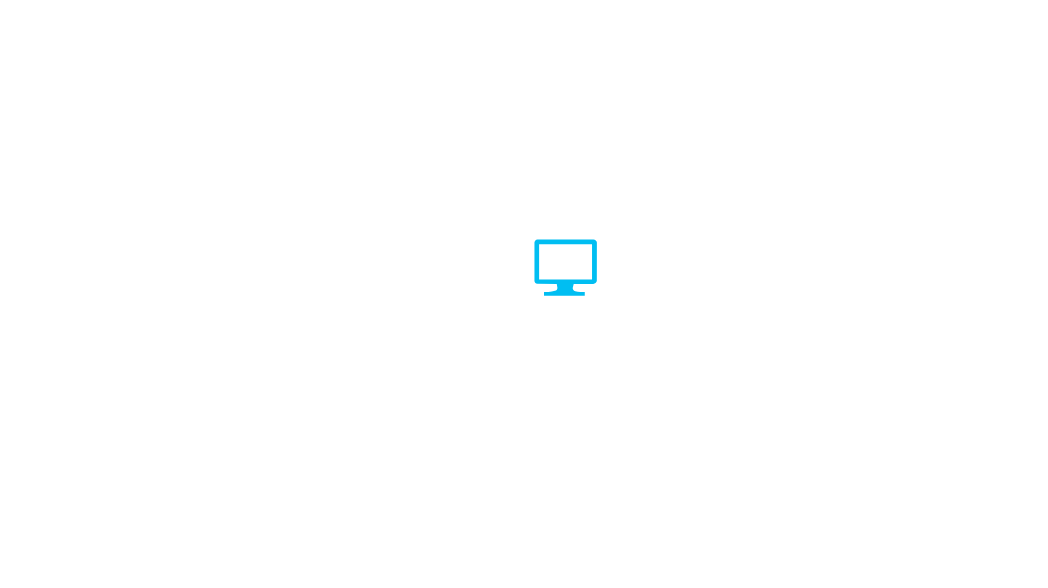
Earlier version of the draw.io diagram Azure-Cloud-Network.drawio (nnarboleda/Cloud-Security). Source tidied: cells renumbered, new cells numbered last; positions are measured from the earlier drawing's top-left corner, leaving out a move shared by most shapes. Both pictures are drawn from the tidied source at 125%, with x=0, y=0 at pixel (534, 239).
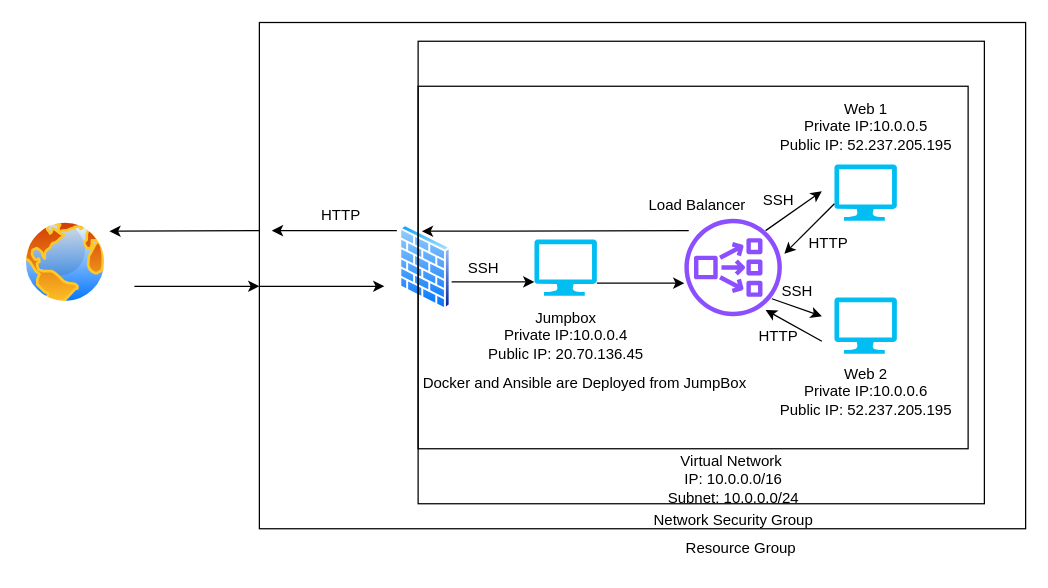
Above is the later version.

The edit, as a diff of the source:
```diff
@@
+    <mxCell id="3" style="verticalLabelPosition=bottom;html=1;verticalAlign=top;align=center;strokeColor=none;fillColor=#00BEF2;shape=mxgraph.azure.computer;" parent="1" vertex="1">
+      <mxGeometry x="240" y="-60" width="50" height="45" as="geometry" />
+    </mxCell>
+    <mxCell id="4" style="verticalLabelPosition=bottom;html=1;verticalAlign=top;align=center;strokeColor=none;fillColor=#00BEF2;shape=mxgraph.azure.computer;" parent="1" vertex="1">
+      <mxGeometry x="240" y="46.5" width="50" height="45" as="geometry" />
+    </mxCell>
+    <mxCell id="5" style="sketch=0;fontColor=#232F3E;gradientColor=none;fillColor=#8C4FFF;strokeColor=none;dashed=0;verticalLabelPosition=bottom;verticalAlign=top;align=center;html=1;fontSize=12;fontStyle=0;shape=mxgraph.aws4.network_load_balancer;" parent="1" vertex="1">
+      <mxGeometry x="120" y="-16.5" width="78" height="78" as="geometry" />
+    </mxCell>
+    <mxCell id="6" style="image;perimeter=ellipsePerimeter;html=1;align=center;shadow=0;dashed=0;spacingTop=3;image=img/lib/active_directory/internet_globe.svg;" parent="1" vertex="1">
+      <mxGeometry x="-410" y="-16.5" width="70" height="70" as="geometry" />
+    </mxCell>
+    <mxCell id="7" style="image;perimeter=ellipsePerimeter;html=1;align=center;shadow=0;dashed=0;spacingTop=3;image=img/lib/active_directory/firewall.svg;" parent="1" vertex="1">
+      <mxGeometry x="-108" y="-11.8" width="41.8" height="68.5" as="geometry" />
+    </mxCell>
+    <mxCell id="8" style="rounded=0;whiteSpace=wrap;html=1;fillColor=none;" parent="1" vertex="1">
+      <mxGeometry x="-220" y="-173.5" width="613" height="405" as="geometry" />
+    </mxCell>
+    <mxCell id="9" value="Resource Group" style="text;html=1;align=center;verticalAlign=middle;strokeColor=none;fillColor=none;" parent="1" vertex="1">
+      <mxGeometry x="110" y="231.5" width="110" height="30" as="geometry" />
+    </mxCell>
+    <mxCell id="10" value="Network Security Group&lt;div&gt;&lt;br&gt;&lt;/div&gt;" style="text;html=1;align=center;verticalAlign=middle;strokeColor=none;fillColor=none;" parent="1" vertex="1">
+      <mxGeometry x="84" y="211.5" width="150" height="40" as="geometry" />
+    </mxCell>
+    <mxCell id="11" style="endArrow=classic;html=1;rounded=0;entryX=-0.003;entryY=0.52;entryDx=0;entryDy=0;entryPerimeter=0;" parent="1" edge="1">
+      <mxGeometry relative="1" as="geometry">
+        <mxPoint x="-320" y="37.5" as="sourcePoint" />
+        <mxPoint x="-220" y="37.5" as="targetPoint" />
+      </mxGeometry>
+    </mxCell>
+    <mxCell id="12" style="rounded=0;whiteSpace=wrap;html=1;fillColor=none;" parent="1" vertex="1">
+      <mxGeometry x="-93" y="-158.5" width="453" height="370" as="geometry" />
+    </mxCell>
+    <mxCell id="13" style="endArrow=classic;html=1;rounded=0;" parent="1" edge="1">
+      <mxGeometry relative="1" as="geometry">
+        <mxPoint x="-220" y="37.5" as="sourcePoint" />
+        <mxPoint x="-120" y="37.5" as="targetPoint" />
+      </mxGeometry>
+    </mxCell>
+    <mxCell id="14" style="endArrow=classic;html=1;rounded=0;" parent="1" edge="1">
+      <mxGeometry relative="1" as="geometry">
+        <mxPoint x="-66.2" y="34" as="sourcePoint" />
+        <mxPoint y="34" as="targetPoint" />
+      </mxGeometry>
+    </mxCell>
+    <mxCell id="15" value="Virtual Network&amp;nbsp;&lt;div&gt;IP: 10.0.0.0/16&lt;/div&gt;&lt;div&gt;Subnet: 10.0.0.0/24&lt;/div&gt;" style="text;html=1;align=center;verticalAlign=middle;strokeColor=none;fillColor=none;" parent="1" vertex="1">
+      <mxGeometry x="94" y="161.5" width="130" height="60" as="geometry" />
+    </mxCell>
+    <mxCell id="16" value="Jumpbox&lt;div&gt;Private IP:10.0.0.4&lt;/div&gt;&lt;div&gt;Public IP: 20.70.136.45&lt;/div&gt;" style="text;html=1;align=center;verticalAlign=middle;strokeColor=none;fillColor=none;" parent="1" vertex="1">
+      <mxGeometry x="-50" y="46.5" width="150" height="60" as="geometry" />
+    </mxCell>
+    <mxCell id="17" value="&lt;div&gt;Web 1&lt;/div&gt;&lt;div&gt;Private IP:10.0.0.5&lt;/div&gt;&lt;div&gt;Public IP: 52.237.205.195&lt;/div&gt;" style="text;html=1;align=center;verticalAlign=middle;strokeColor=none;fillColor=none;" parent="1" vertex="1">
+      <mxGeometry x="185" y="-120" width="160" height="60" as="geometry" />
+    </mxCell>
+    <mxCell id="18" value="&lt;div&gt;Web 2&lt;/div&gt;&lt;div&gt;Private IP:10.0.0.6&lt;/div&gt;&lt;div&gt;Public IP:&amp;nbsp;52.237.205.195&lt;/div&gt;" style="text;html=1;align=center;verticalAlign=middle;strokeColor=none;fillColor=none;" parent="1" vertex="1">
+      <mxGeometry x="185" y="91.5" width="160" height="60" as="geometry" />
+    </mxCell>
+    <mxCell id="19" value="SSH" style="text;html=1;align=center;verticalAlign=middle;strokeColor=none;fillColor=none;" parent="1" vertex="1">
+      <mxGeometry x="-66" y="7.5" width="50" height="30" as="geometry" />
+    </mxCell>
+    <mxCell id="20" style="endArrow=classic;html=1;rounded=0;" parent="1" edge="1">
+      <mxGeometry relative="1" as="geometry">
+        <mxPoint x="50" y="35" as="sourcePoint" />
+        <mxPoint x="120" y="35" as="targetPoint" />
+      </mxGeometry>
+    </mxCell>
+    <mxCell id="21" style="rounded=0;whiteSpace=wrap;html=1;fillColor=none;" parent="1" vertex="1">
+      <mxGeometry x="-93" y="-122.5" width="440" height="290" as="geometry" />
+    </mxCell>
+    <mxCell id="22" style="endArrow=classic;html=1;rounded=0;" parent="1" edge="1">
+      <mxGeometry relative="1" as="geometry">
+        <mxPoint x="185" y="-7" as="sourcePoint" />
+        <mxPoint x="230" y="-38.5" as="targetPoint" />
+      </mxGeometry>
+    </mxCell>
+    <mxCell id="23" style="endArrow=classic;html=1;rounded=0;" parent="1" edge="1">
+      <mxGeometry relative="1" as="geometry">
+        <mxPoint x="190" y="47.5" as="sourcePoint" />
+        <mxPoint x="230" y="61.5" as="targetPoint" />
+      </mxGeometry>
+    </mxCell>
+    <mxCell id="24" value="SSH" style="text;html=1;align=center;verticalAlign=middle;strokeColor=none;fillColor=none;" parent="1" vertex="1">
+      <mxGeometry x="170" y="-46.5" width="50" height="30" as="geometry" />
+    </mxCell>
+    <mxCell id="25" value="SSH" style="text;html=1;align=center;verticalAlign=middle;strokeColor=none;fillColor=none;" parent="1" vertex="1">
+      <mxGeometry x="185" y="26.8" width="50" height="30" as="geometry" />
+    </mxCell>
+    <mxCell id="26" style="endArrow=classic;html=1;rounded=0;" parent="1" edge="1">
+      <mxGeometry relative="1" as="geometry">
+        <mxPoint x="240" y="-28.5" as="sourcePoint" />
+        <mxPoint x="200" y="11.5" as="targetPoint" />
+      </mxGeometry>
+    </mxCell>
+    <mxCell id="27" style="endArrow=classic;html=1;rounded=0;" parent="1" edge="1">
+      <mxGeometry relative="1" as="geometry">
+        <mxPoint x="230" y="81.5" as="sourcePoint" />
+        <mxPoint x="185" y="56.5" as="targetPoint" />
+      </mxGeometry>
+    </mxCell>
+    <mxCell id="28" value="HTTP" style="text;html=1;align=center;verticalAlign=middle;strokeColor=none;fillColor=none;" parent="1" vertex="1">
+      <mxGeometry x="210" y="-11.8" width="50" height="30" as="geometry" />
+    </mxCell>
+    <mxCell id="29" value="HTTP" style="text;html=1;align=center;verticalAlign=middle;strokeColor=none;fillColor=none;" parent="1" vertex="1">
+      <mxGeometry x="170" y="63" width="50" height="30" as="geometry" />
+    </mxCell>
+    <mxCell id="30" style="endArrow=classic;html=1;rounded=0;" parent="1" edge="1">
+      <mxGeometry relative="1" as="geometry">
+        <mxPoint x="123.5" y="-7" as="sourcePoint" />
+        <mxPoint x="-90" y="-6.5" as="targetPoint" />
+      </mxGeometry>
+    </mxCell>
+    <mxCell id="31" style="endArrow=classic;html=1;rounded=0;" parent="1" edge="1">
+      <mxGeometry relative="1" as="geometry">
+        <mxPoint x="-110" y="-7" as="sourcePoint" />
+        <mxPoint x="-210" y="-7" as="targetPoint" />
+      </mxGeometry>
+    </mxCell>
+    <mxCell id="32" style="endArrow=classic;html=1;rounded=0;" parent="1" edge="1">
+      <mxGeometry relative="1" as="geometry">
+        <mxPoint x="-220" y="-7" as="sourcePoint" />
+        <mxPoint x="-340" y="-6.5" as="targetPoint" />
+      </mxGeometry>
+    </mxCell>
+    <mxCell id="33" value="HTTP&lt;div&gt;&lt;br&gt;&lt;/div&gt;" style="text;html=1;align=center;verticalAlign=middle;strokeColor=none;fillColor=none;" parent="1" vertex="1">
+      <mxGeometry x="-180" y="-32.5" width="50" height="40" as="geometry" />
+    </mxCell>
+    <mxCell id="34" value="Docker and Ansible are Deployed from JumpBox&lt;div&gt;&lt;br&gt;&lt;/div&gt;" style="text;html=1;align=center;verticalAlign=middle;strokeColor=none;fillColor=none;" parent="1" vertex="1">
+      <mxGeometry x="-100" y="101.5" width="280" height="40" as="geometry" />
+    </mxCell>
+    <mxCell id="35" value="Load Balancer" style="text;html=1;align=center;verticalAlign=middle;strokeColor=none;fillColor=none;" parent="1" vertex="1">
+      <mxGeometry x="80" y="-41.8" width="100" height="30" as="geometry" />
+    </mxCell>
```
